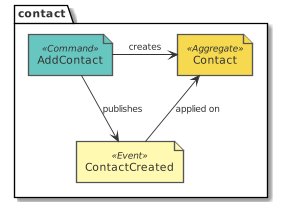
The PlantUML diagram paper/design_contact_eventstorming_add.png in tmorin/dorders, before a commit. Source of this version:
```plantuml
@startuml design_contact_eventstorming_add
!include common.puml
!include ../.gdiag/plantuml-libs/eventstorming/eventstorming-all.puml
package contact {
  command('AddContact')
  aggregate('Contact')
  event('ContactCreated')
}
AddContact -r-> Contact : creates
AddContact --> ContactCreated : publishes
ContactCreated -u-> Contact : applied on
@enduml
```
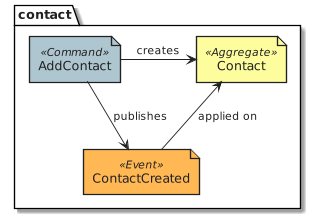
Later version of the same file.

What changed in the source:
```diff
@@ -1,10 +1,9 @@
 @startuml design_contact_eventstorming_add
-!include common.puml
-!include ../.gdiag/plantuml-libs/eventstorming/eventstorming-all.puml
+!include common.eventstorming.puml
 package contact {
-  command('AddContact')
-  aggregate('Contact')
-  event('ContactCreated')
+  Command('AddContact')
+  Aggregate('Contact')
+  Event('ContactCreated')
 }
 AddContact -r-> Contact : creates
 AddContact --> ContactCreated : publishes
```
